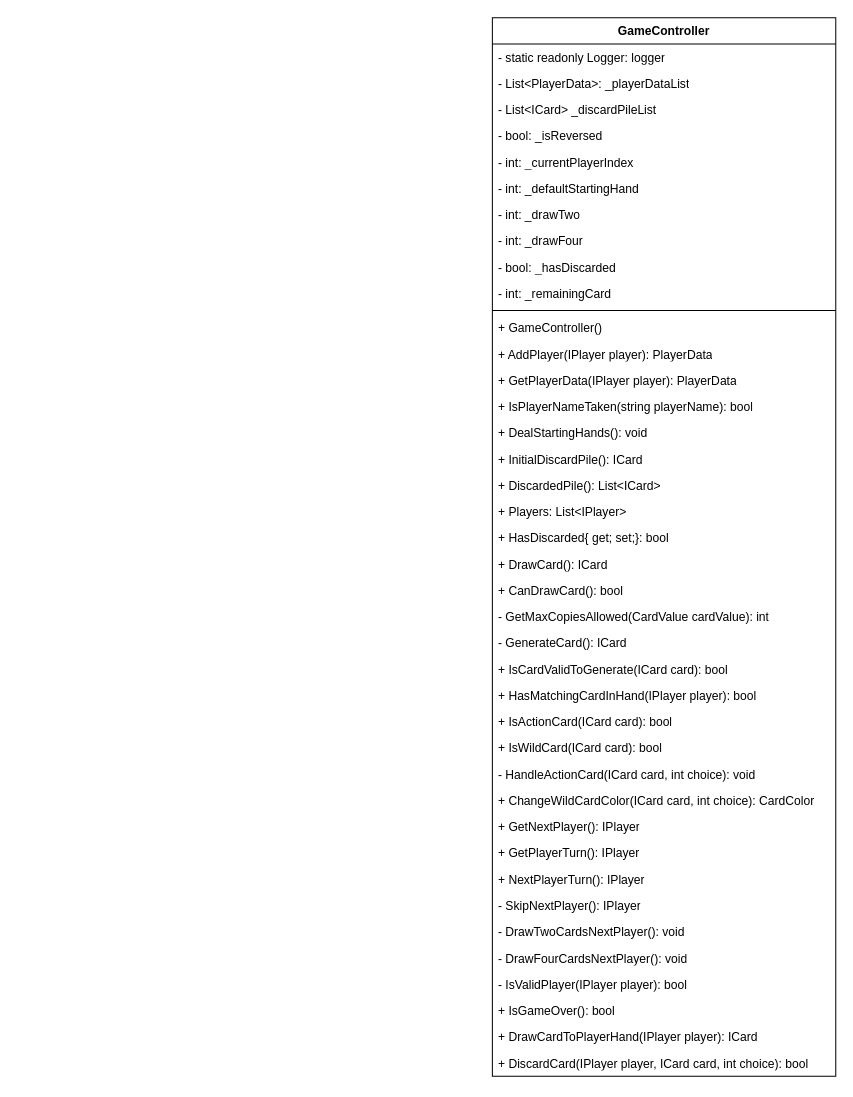
The draw.io diagram Untitled Diagram.drawio in RobbiAdam/MahjongDiagram, before the edit. Source tidied: cells renumbered, new cells numbered last; positions are measured from the earlier drawing's top-left corner, leaving out a move shared by most shapes. Both pictures are drawn from the tidied source at 101%, with x=0, y=0 at pixel (492, 17).
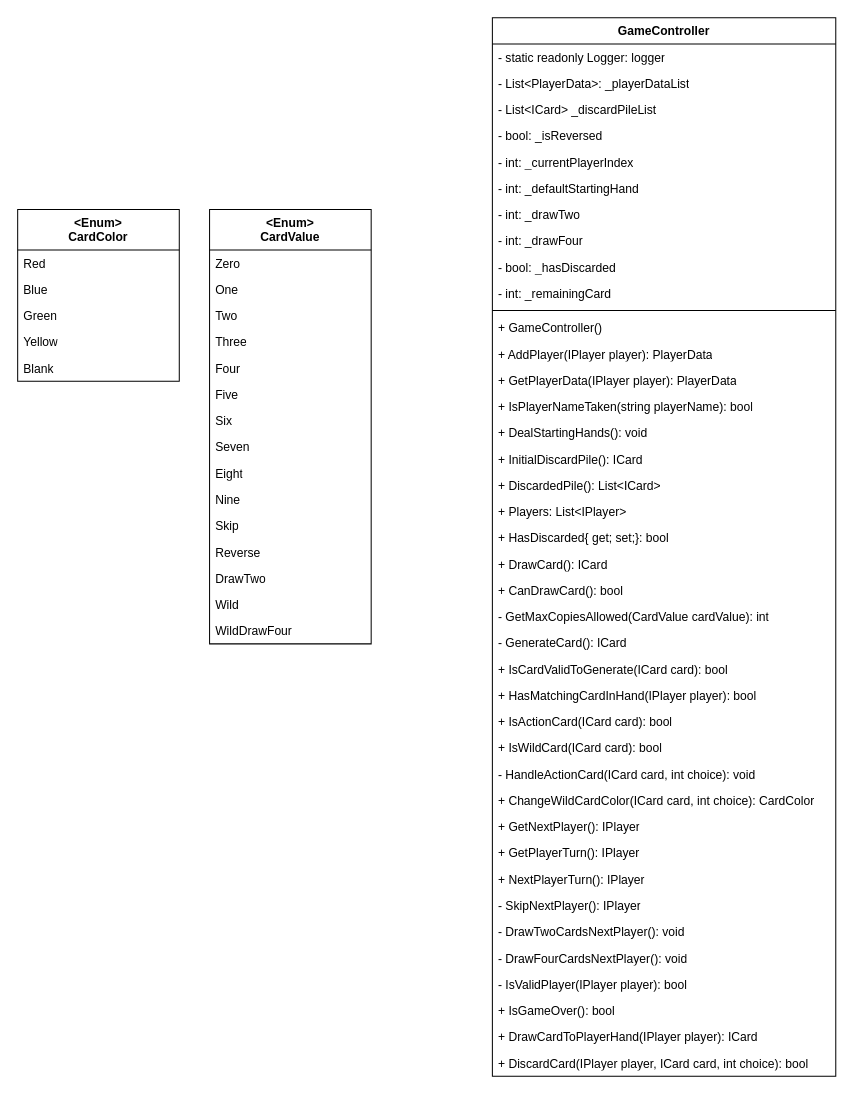
After the change.

Diff of the diagram source:
```diff
@@
+    <mxCell id="43" value="&amp;lt;Enum&amp;gt;&lt;br&gt;CardColor" style="swimlane;fontStyle=1;align=center;verticalAlign=top;horizontal=1;startSize=40;whiteSpace=wrap;html=1;" parent="1" vertex="1">
+      <mxGeometry x="-470" y="190" width="160" height="170" as="geometry" />
+    </mxCell>
+    <mxCell id="44" value="Red" style="text;strokeColor=none;fillColor=none;align=left;verticalAlign=top;spacingLeft=4;spacingRight=4;overflow=hidden;whiteSpace=wrap;html=1;" parent="43" vertex="1">
+      <mxGeometry y="40" width="160" height="26" as="geometry" />
+    </mxCell>
+    <mxCell id="45" value="Blue" style="text;strokeColor=none;fillColor=none;align=left;verticalAlign=top;spacingLeft=4;spacingRight=4;overflow=hidden;whiteSpace=wrap;html=1;" parent="43" vertex="1">
+      <mxGeometry y="66" width="160" height="26" as="geometry" />
+    </mxCell>
+    <mxCell id="46" value="Green" style="text;strokeColor=none;fillColor=none;align=left;verticalAlign=top;spacingLeft=4;spacingRight=4;overflow=hidden;whiteSpace=wrap;html=1;" parent="43" vertex="1">
+      <mxGeometry y="92" width="160" height="26" as="geometry" />
+    </mxCell>
+    <mxCell id="47" value="Yellow" style="text;strokeColor=none;fillColor=none;align=left;verticalAlign=top;spacingLeft=4;spacingRight=4;overflow=hidden;whiteSpace=wrap;html=1;" parent="43" vertex="1">
+      <mxGeometry y="118" width="160" height="26" as="geometry" />
+    </mxCell>
+    <mxCell id="48" value="Blank" style="text;strokeColor=none;fillColor=none;align=left;verticalAlign=top;spacingLeft=4;spacingRight=4;overflow=hidden;whiteSpace=wrap;html=1;" parent="43" vertex="1">
+      <mxGeometry y="144" width="160" height="26" as="geometry" />
+    </mxCell>
+    <mxCell id="49" value="&amp;lt;Enum&amp;gt;&lt;br&gt;CardValue" style="swimlane;fontStyle=1;align=center;verticalAlign=top;horizontal=1;startSize=40;whiteSpace=wrap;html=1;" parent="1" vertex="1">
+      <mxGeometry x="-280" y="190" width="160" height="430" as="geometry" />
+    </mxCell>
+    <mxCell id="50" value="Zero" style="text;strokeColor=none;fillColor=none;align=left;verticalAlign=top;spacingLeft=4;spacingRight=4;overflow=hidden;whiteSpace=wrap;html=1;" parent="49" vertex="1">
+      <mxGeometry y="40" width="160" height="26" as="geometry" />
+    </mxCell>
+    <mxCell id="51" value="One" style="text;strokeColor=none;fillColor=none;align=left;verticalAlign=top;spacingLeft=4;spacingRight=4;overflow=hidden;whiteSpace=wrap;html=1;" parent="49" vertex="1">
+      <mxGeometry y="66" width="160" height="26" as="geometry" />
+    </mxCell>
+    <mxCell id="52" value="Two" style="text;strokeColor=none;fillColor=none;align=left;verticalAlign=top;spacingLeft=4;spacingRight=4;overflow=hidden;whiteSpace=wrap;html=1;" parent="49" vertex="1">
+      <mxGeometry y="92" width="160" height="26" as="geometry" />
+    </mxCell>
+    <mxCell id="53" value="Three" style="text;strokeColor=none;fillColor=none;align=left;verticalAlign=top;spacingLeft=4;spacingRight=4;overflow=hidden;whiteSpace=wrap;html=1;" parent="49" vertex="1">
+      <mxGeometry y="118" width="160" height="26" as="geometry" />
+    </mxCell>
+    <mxCell id="54" value="Four" style="text;strokeColor=none;fillColor=none;align=left;verticalAlign=top;spacingLeft=4;spacingRight=4;overflow=hidden;whiteSpace=wrap;html=1;" parent="49" vertex="1">
+      <mxGeometry y="144" width="160" height="26" as="geometry" />
+    </mxCell>
+    <mxCell id="55" value="Five" style="text;strokeColor=none;fillColor=none;align=left;verticalAlign=top;spacingLeft=4;spacingRight=4;overflow=hidden;whiteSpace=wrap;html=1;" parent="49" vertex="1">
+      <mxGeometry y="170" width="160" height="26" as="geometry" />
+    </mxCell>
+    <mxCell id="56" value="Six" style="text;strokeColor=none;fillColor=none;align=left;verticalAlign=top;spacingLeft=4;spacingRight=4;overflow=hidden;whiteSpace=wrap;html=1;" parent="49" vertex="1">
+      <mxGeometry y="196" width="160" height="26" as="geometry" />
+    </mxCell>
+    <mxCell id="57" value="Seven" style="text;strokeColor=none;fillColor=none;align=left;verticalAlign=top;spacingLeft=4;spacingRight=4;overflow=hidden;whiteSpace=wrap;html=1;" parent="49" vertex="1">
+      <mxGeometry y="222" width="160" height="26" as="geometry" />
+    </mxCell>
+    <mxCell id="58" value="Eight" style="text;strokeColor=none;fillColor=none;align=left;verticalAlign=top;spacingLeft=4;spacingRight=4;overflow=hidden;whiteSpace=wrap;html=1;" parent="49" vertex="1">
+      <mxGeometry y="248" width="160" height="26" as="geometry" />
+    </mxCell>
+    <mxCell id="59" value="Nine" style="text;strokeColor=none;fillColor=none;align=left;verticalAlign=top;spacingLeft=4;spacingRight=4;overflow=hidden;whiteSpace=wrap;html=1;" parent="49" vertex="1">
+      <mxGeometry y="274" width="160" height="26" as="geometry" />
+    </mxCell>
+    <mxCell id="60" value="Skip" style="text;strokeColor=none;fillColor=none;align=left;verticalAlign=top;spacingLeft=4;spacingRight=4;overflow=hidden;whiteSpace=wrap;html=1;" parent="49" vertex="1">
+      <mxGeometry y="300" width="160" height="26" as="geometry" />
+    </mxCell>
+    <mxCell id="61" value="Reverse" style="text;strokeColor=none;fillColor=none;align=left;verticalAlign=top;spacingLeft=4;spacingRight=4;overflow=hidden;whiteSpace=wrap;html=1;" parent="49" vertex="1">
+      <mxGeometry y="326" width="160" height="26" as="geometry" />
+    </mxCell>
+    <mxCell id="62" value="DrawTwo" style="text;strokeColor=none;fillColor=none;align=left;verticalAlign=top;spacingLeft=4;spacingRight=4;overflow=hidden;whiteSpace=wrap;html=1;" parent="49" vertex="1">
+      <mxGeometry y="352" width="160" height="26" as="geometry" />
+    </mxCell>
+    <mxCell id="63" value="Wild" style="text;strokeColor=none;fillColor=none;align=left;verticalAlign=top;spacingLeft=4;spacingRight=4;overflow=hidden;whiteSpace=wrap;html=1;" parent="49" vertex="1">
+      <mxGeometry y="378" width="160" height="26" as="geometry" />
+    </mxCell>
+    <mxCell id="64" value="WildDrawFour" style="text;strokeColor=none;fillColor=none;align=left;verticalAlign=top;spacingLeft=4;spacingRight=4;overflow=hidden;whiteSpace=wrap;html=1;" parent="49" vertex="1">
+      <mxGeometry y="404" width="160" height="26" as="geometry" />
+    </mxCell>
```
